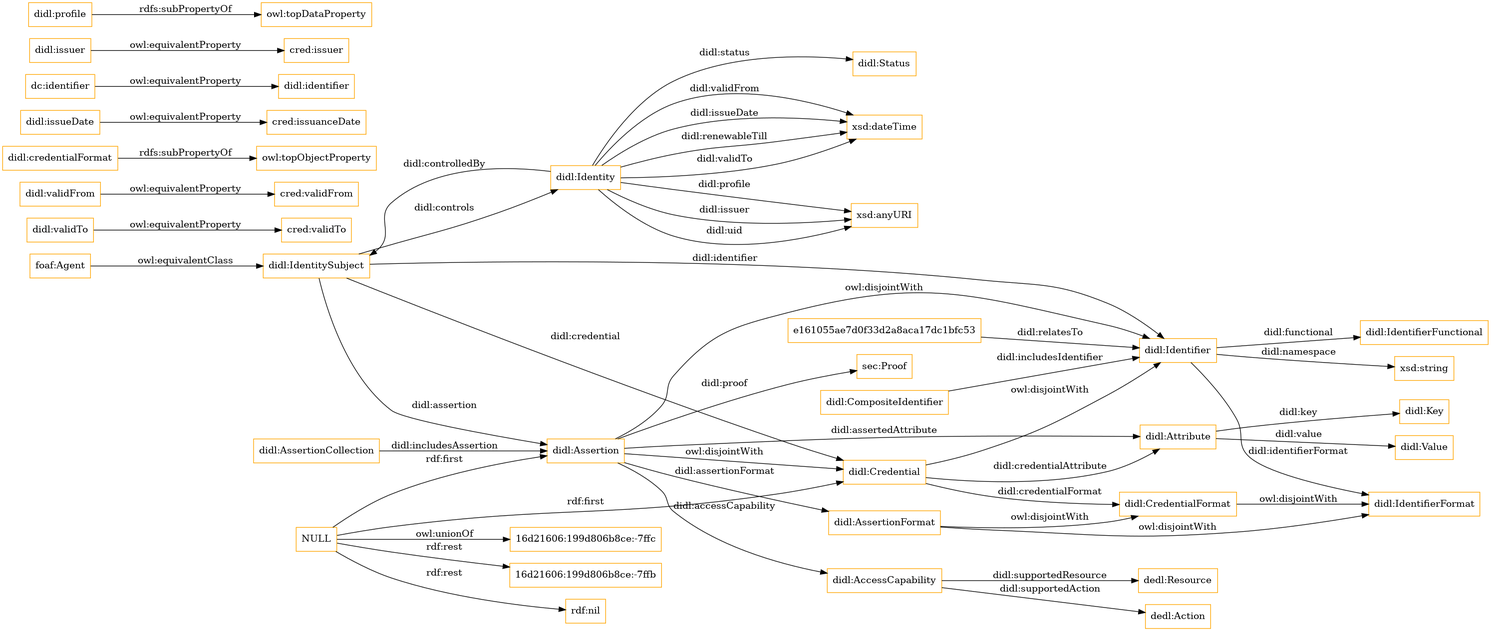
This is OnToology/didl.ttl/diagrams/ar2dtool-class/didl.ttl.png from jiahang-chen/didl, a Graphviz export, as it was before one commit. Its source is kept beside it as OnToology/didl.ttl/diagrams/ar2dtool-class/didl.ttl.png.dot.
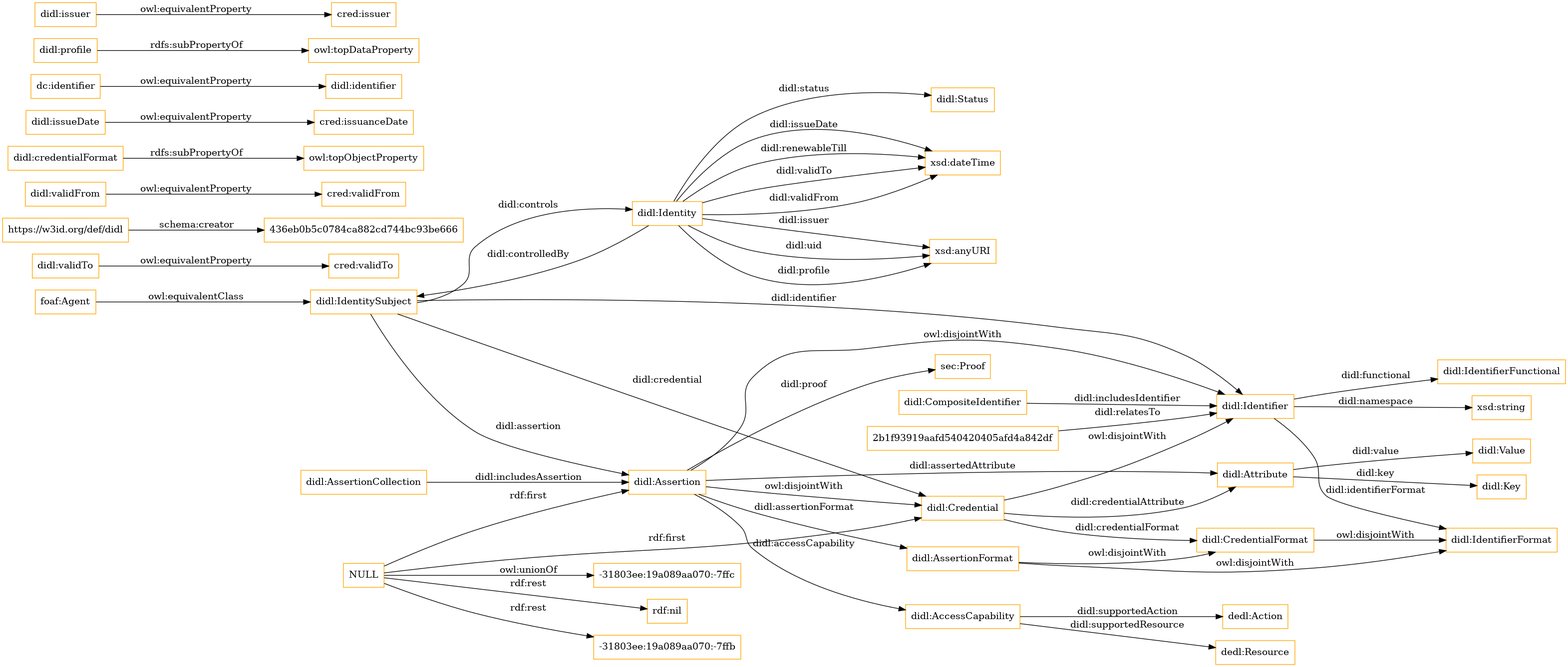
After the commit.

What changed in the source:
```diff
@@ -1,14 +1,15 @@
 digraph ar2dtool_diagram {
 rankdir=LR;
 size="1501"
-node [shape = rectangle, color="orange"]; "didl:Attribute" "didl:CompositeIdentifier" "didl:AssertionFormat" "didl:Status" "sec:Proof" "foaf:Agent" "didl:IdentifierFunctional" "didl:IdentifierFormat" "didl:Assertion" "didl:Key" "didl:Identity" "dedl:Resource" "dedl:Action" "didl:AccessCapability" "didl:CredentialFormat" "didl:Credential" "didl:IdentitySubject" "didl:Value" "didl:AssertionCollection" "e161055ae7d0f33d2a8aca17dc1bfc53" "didl:Identifier" ; /*classes style*/
+node [shape = rectangle, color="orange"]; "didl:Attribute" "didl:CompositeIdentifier" "didl:AssertionFormat" "2b1f93919aafd540420405afd4a842df" "didl:Status" "sec:Proof" "foaf:Agent" "didl:IdentifierFunctional" "didl:IdentifierFormat" "didl:Assertion" "didl:Key" "didl:Identity" "dedl:Resource" "dedl:Action" "didl:AccessCapability" "didl:CredentialFormat" "didl:Credential" "didl:IdentitySubject" "didl:Value" "didl:AssertionCollection" "didl:Identifier" ; /*classes style*/
 	"NULL" -> "rdf:nil" [ label = "rdf:rest" ];
 	"NULL" -> "didl:Credential" [ label = "rdf:first" ];
-	"NULL" -> "16d21606:199d806b8ce:-7ffc" [ label = "owl:unionOf" ];
-	"NULL" -> "16d21606:199d806b8ce:-7ffb" [ label = "rdf:rest" ];
+	"NULL" -> "-31803ee:19a089aa070:-7ffb" [ label = "rdf:rest" ];
 	"NULL" -> "didl:Assertion" [ label = "rdf:first" ];
+	"NULL" -> "-31803ee:19a089aa070:-7ffc" [ label = "owl:unionOf" ];
 	"didl:Credential" -> "didl:Identifier" [ label = "owl:disjointWith" ];
 	"didl:validTo" -> "cred:validTo" [ label = "owl:equivalentProperty" ];
+	"https://w3id.org/def/didl" -> "436eb0b5c0784ca882cd744bc93be666" [ label = "schema:creator" ];
 	"didl:validFrom" -> "cred:validFrom" [ label = "owl:equivalentProperty" ];
 	"didl:credentialFormat" -> "owl:topObjectProperty" [ label = "rdfs:subPropertyOf" ];
 	"didl:issueDate" -> "cred:issuanceDate" [ label = "owl:equivalentProperty" ];
@@ -17,17 +18,17 @@
 	"didl:CredentialFormat" -> "didl:IdentifierFormat" [ label = "owl:disjointWith" ];
 	"foaf:Agent" -> "didl:IdentitySubject" [ label = "owl:equivalentClass" ];
 	"dc:identifier" -> "didl:identifier" [ label = "owl:equivalentProperty" ];
-	"didl:issuer" -> "cred:issuer" [ label = "owl:equivalentProperty" ];
+	"didl:profile" -> "owl:topDataProperty" [ label = "rdfs:subPropertyOf" ];
 	"didl:Assertion" -> "didl:Identifier" [ label = "owl:disjointWith" ];
 	"didl:Assertion" -> "didl:Credential" [ label = "owl:disjointWith" ];
-	"didl:profile" -> "owl:topDataProperty" [ label = "rdfs:subPropertyOf" ];
+	"didl:issuer" -> "cred:issuer" [ label = "owl:equivalentProperty" ];
 	"didl:Assertion" -> "didl:Attribute" [ label = "didl:assertedAttribute" ];
 	"didl:Identity" -> "xsd:dateTime" [ label = "didl:validTo" ];
 	"didl:CompositeIdentifier" -> "didl:Identifier" [ label = "didl:includesIdentifier" ];
 	"didl:Identity" -> "didl:Status" [ label = "didl:status" ];
 	"didl:Attribute" -> "didl:Value" [ label = "didl:value" ];
 	"didl:IdentitySubject" -> "didl:Identifier" [ label = "didl:identifier" ];
-	"e161055ae7d0f33d2a8aca17dc1bfc53" -> "didl:Identifier" [ label = "didl:relatesTo" ];
+	"2b1f93919aafd540420405afd4a842df" -> "didl:Identifier" [ label = "didl:relatesTo" ];
 	"didl:Attribute" -> "didl:Key" [ label = "didl:key" ];
 	"didl:Identifier" -> "xsd:string" [ label = "didl:namespace" ];
 	"didl:Identity" -> "xsd:anyURI" [ label = "didl:profile" ];
@@ -45,8 +46,8 @@
 	"didl:Credential" -> "didl:CredentialFormat" [ label = "didl:credentialFormat" ];
 	"didl:Identity" -> "didl:IdentitySubject" [ label = "didl:controlledBy" ];
 	"didl:Identity" -> "xsd:dateTime" [ label = "didl:renewableTill" ];
+	"didl:IdentitySubject" -> "didl:Credential" [ label = "didl:credential" ];
 	"didl:AccessCapability" -> "dedl:Resource" [ label = "didl:supportedResource" ];
-	"didl:IdentitySubject" -> "didl:Credential" [ label = "didl:credential" ];
 	"didl:Assertion" -> "sec:Proof" [ label = "didl:proof" ];
 	"didl:Identity" -> "xsd:anyURI" [ label = "didl:uid" ];
 	"didl:AccessCapability" -> "dedl:Action" [ label = "didl:supportedAction" ];
```
